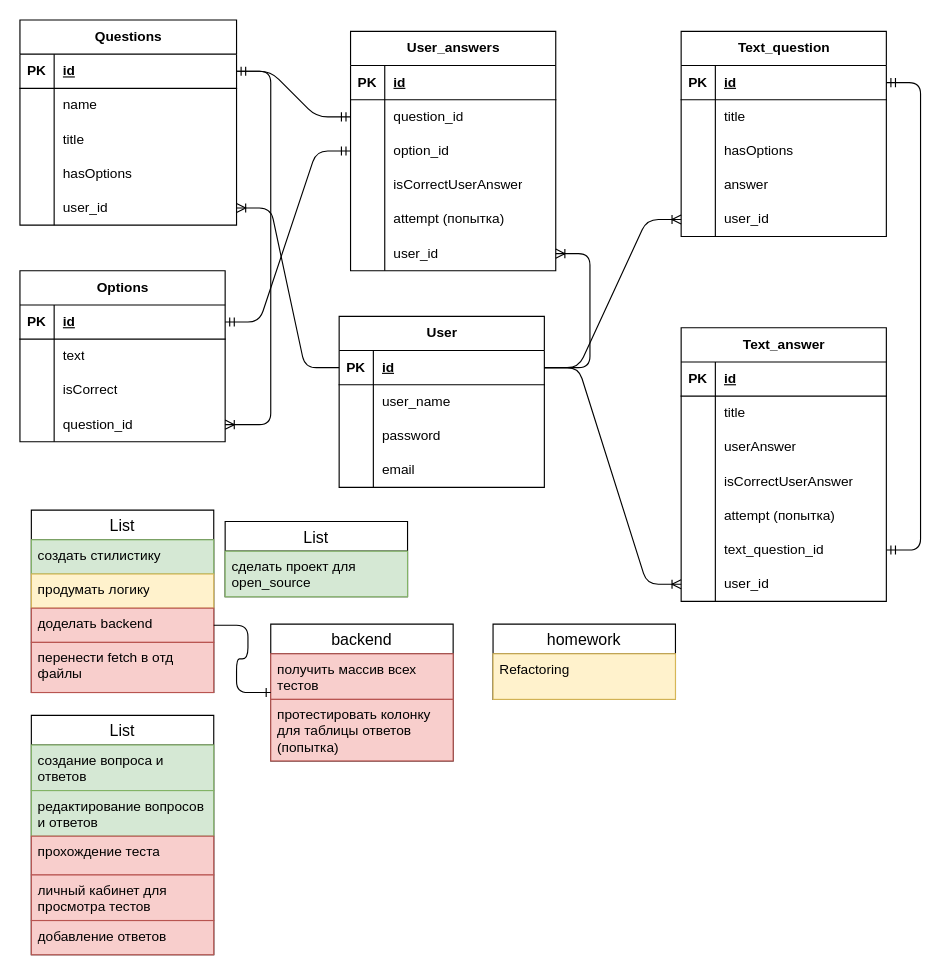
Earlier version of the draw.io diagram server/chemistry.drawio (IbadT/chemistry). Source tidied: cells renumbered, new cells numbered last; positions are measured from the earlier drawing's top-left corner, leaving out a move shared by most shapes. Both pictures are drawn from the tidied source at 114%, with x=0, y=0 at pixel (19, 19).
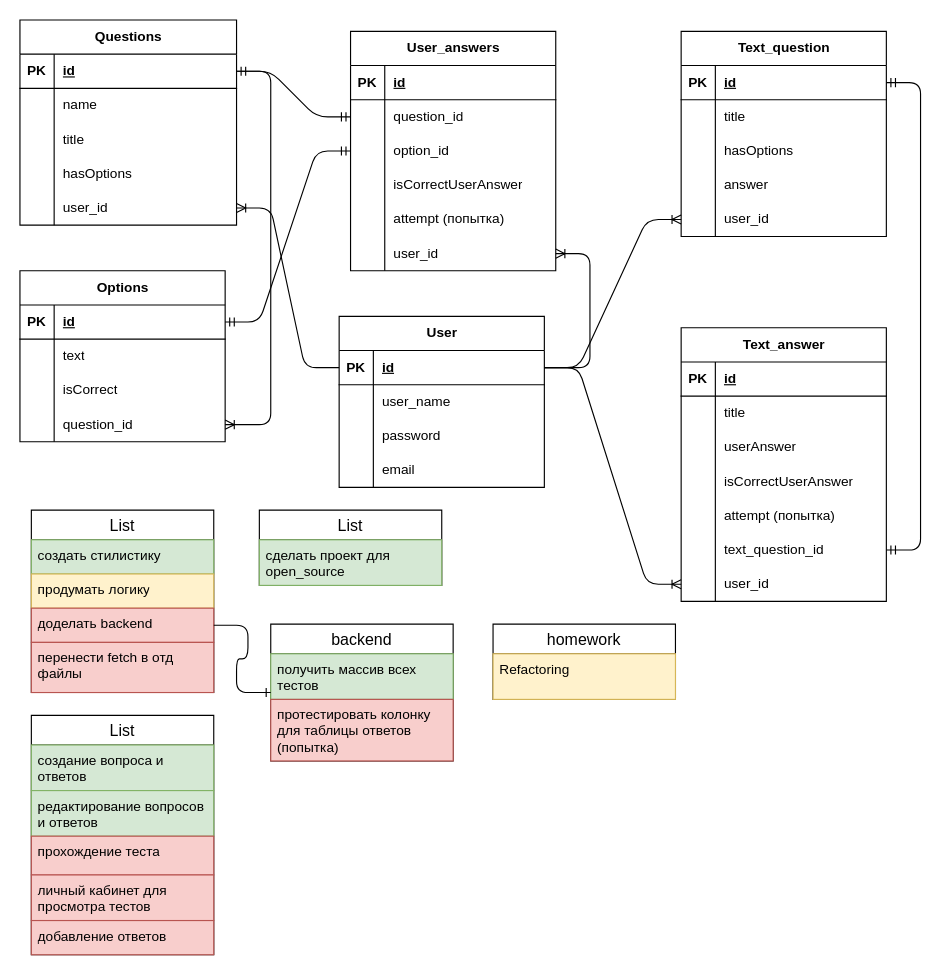
After the change.

The change refers to these unchanged cells:
```xml
<mxCell id="118" value="backend" style="swimlane;fontStyle=0;horizontal=1;startSize=26;align=center;fontSize=14;" parent="1" vertex="1">
  <mxGeometry x="220" y="530" width="160" height="120" as="geometry" />
</mxCell>
```

Diff of the diagram source:
```diff
@@
     <mxCell id="116" value="List" style="swimlane;fontStyle=0;horizontal=1;startSize=26;align=center;fontSize=14;" parent="1" vertex="1">
-      <mxGeometry x="180" y="440" width="160" height="66" as="geometry" />
+      <mxGeometry x="210" y="430" width="160" height="66" as="geometry" />
     </mxCell>
@@
-    <mxCell id="119" value="получить массив всех тестов" style="text;strokeColor=#b85450;fillColor=#f8cecc;spacingLeft=4;spacingRight=4;overflow=hidden;fontSize=12;whiteSpace=wrap;html=1;" parent="118" vertex="1">
+    <mxCell id="119" value="получить массив всех тестов" style="text;strokeColor=#82b366;fillColor=#d5e8d4;spacingLeft=4;spacingRight=4;overflow=hidden;fontSize=12;whiteSpace=wrap;html=1;" parent="118" vertex="1">
       <mxGeometry y="26" width="160" height="40" as="geometry" />
     </mxCell>
```
